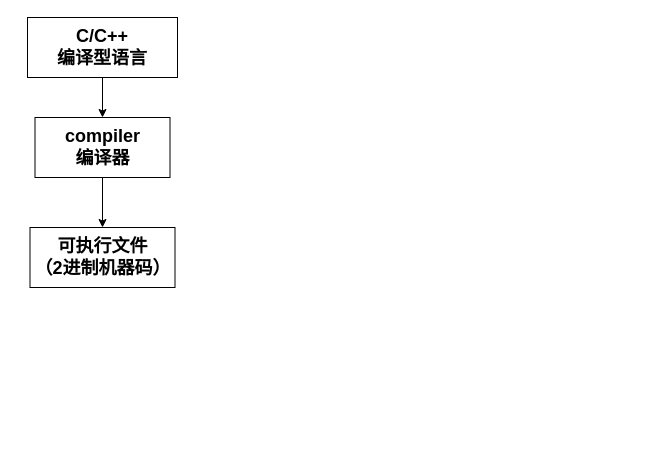
Earlier version of the draw.io diagram JVM.drawio (GitHeP/diagrams). Source tidied: cells renumbered, new cells numbered last; positions are measured from the earlier drawing's top-left corner, leaving out a move shared by most shapes. Both pictures are drawn from the tidied source at 100%, with x=0, y=0 at pixel (27, 17).
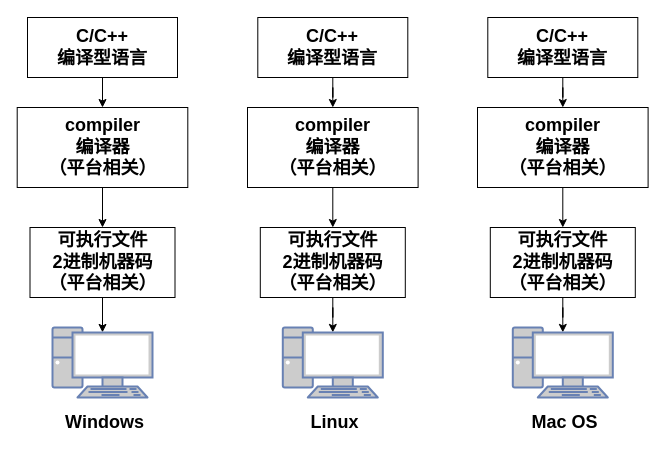
The same diagram, later.

What changed in the source:
```diff
@@
-    <mxCell id="5" value="&lt;font style=&quot;font-size: 18px;&quot;&gt;&lt;b&gt;compiler&lt;br&gt;编译器&lt;/b&gt;&lt;/font&gt;" style="rounded=0;whiteSpace=wrap;html=1;" parent="1" vertex="1">
-      <mxGeometry x="7.5" y="100" width="135" height="60" as="geometry" />
+    <mxCell id="5" value="&lt;font style=&quot;font-size: 18px;&quot;&gt;&lt;b&gt;compiler&lt;br&gt;编译器&lt;br&gt;（平台相关）&lt;br&gt;&lt;/b&gt;&lt;/font&gt;" style="rounded=0;whiteSpace=wrap;html=1;" parent="1" vertex="1">
+      <mxGeometry x="-10.3" y="90" width="170.6" height="80" as="geometry" />
     </mxCell>
+    <mxCell id="7" style="edgeStyle=orthogonalEdgeStyle;rounded=0;jettySize=auto;html=1;entryX=0.5;entryY=0.07;entryDx=0;entryDy=0;entryPerimeter=0;" parent="1" edge="1" source="6" target="8">
+      <mxGeometry relative="1" as="geometry" />
+    </mxCell>
-    <mxCell id="6" value="&lt;font style=&quot;font-size: 18px;&quot;&gt;&lt;b&gt;可执行文件&lt;br&gt;（2进制机器码）&lt;/b&gt;&lt;/font&gt;" style="rounded=0;whiteSpace=wrap;html=1;" parent="1" vertex="1">
-      <mxGeometry x="2.5" y="210" width="145" height="60" as="geometry" />
+    <mxCell id="6" value="&lt;font style=&quot;font-size: 18px;&quot;&gt;&lt;b&gt;可执行文件&lt;br&gt;&lt;/b&gt;&lt;b style=&quot;border-color: var(--border-color);&quot;&gt;2进制机器码&lt;br&gt;&lt;/b&gt;&lt;b&gt;（平台相关）&lt;br&gt;&lt;/b&gt;&lt;/font&gt;" style="rounded=0;whiteSpace=wrap;html=1;" parent="1" vertex="1">
+      <mxGeometry x="2.5" y="210" width="145" height="70" as="geometry" />
     </mxCell>
+    <mxCell id="8" style="fontColor=#0066CC;verticalAlign=top;verticalLabelPosition=bottom;labelPosition=center;align=center;html=1;outlineConnect=0;fillColor=#CCCCCC;strokeColor=#6881B3;gradientColor=none;gradientDirection=north;strokeWidth=2;shape=mxgraph.networks.pc;" parent="1" vertex="1">
+      <mxGeometry x="25" y="310" width="100" height="70" as="geometry" />
+    </mxCell>
+    <mxCell id="9" value="&lt;font style=&quot;font-size: 18px;&quot;&gt;&lt;b&gt;Windows&lt;/b&gt;&lt;/font&gt;" style="text;html=1;strokeColor=none;fillColor=none;align=center;verticalAlign=middle;whiteSpace=wrap;rounded=0;" parent="1" vertex="1">
+      <mxGeometry x="25" y="390" width="105" height="30" as="geometry" />
+    </mxCell>
+    <mxCell id="10" style="edgeStyle=orthogonalEdgeStyle;rounded=0;jettySize=auto;html=1;" parent="1" edge="1" source="11" target="13">
+      <mxGeometry relative="1" as="geometry" />
+    </mxCell>
+    <mxCell id="11" value="&lt;font style=&quot;font-size: 18px;&quot;&gt;&lt;b&gt;C/C++&lt;br style=&quot;border-color: var(--border-color);&quot;&gt;编译型语言&lt;/b&gt;&lt;/font&gt;" style="rounded=0;whiteSpace=wrap;html=1;" parent="1" vertex="1">
+      <mxGeometry x="230.3" width="150" height="60" as="geometry" />
+    </mxCell>
+    <mxCell id="12" style="edgeStyle=orthogonalEdgeStyle;rounded=0;jettySize=auto;html=1;" parent="1" edge="1" source="13" target="15">
+      <mxGeometry relative="1" as="geometry" />
+    </mxCell>
+    <mxCell id="13" value="&lt;font style=&quot;font-size: 18px;&quot;&gt;&lt;b&gt;compiler&lt;br&gt;编译器&lt;br&gt;（平台相关）&lt;br&gt;&lt;/b&gt;&lt;/font&gt;" style="rounded=0;whiteSpace=wrap;html=1;" parent="1" vertex="1">
+      <mxGeometry x="220" y="90" width="170.6" height="80" as="geometry" />
+    </mxCell>
+    <mxCell id="14" style="edgeStyle=orthogonalEdgeStyle;rounded=0;jettySize=auto;html=1;entryX=0.5;entryY=0.07;entryDx=0;entryDy=0;entryPerimeter=0;" parent="1" edge="1" source="15" target="16">
+      <mxGeometry relative="1" as="geometry" />
+    </mxCell>
+    <mxCell id="15" value="&lt;font style=&quot;font-size: 18px;&quot;&gt;&lt;b&gt;可执行文件&lt;br&gt;&lt;/b&gt;&lt;b style=&quot;border-color: var(--border-color);&quot;&gt;2进制机器码&lt;br&gt;&lt;/b&gt;&lt;b&gt;（平台相关）&lt;br&gt;&lt;/b&gt;&lt;/font&gt;" style="rounded=0;whiteSpace=wrap;html=1;" parent="1" vertex="1">
+      <mxGeometry x="232.8" y="210" width="145" height="70" as="geometry" />
+    </mxCell>
+    <mxCell id="16" style="fontColor=#0066CC;verticalAlign=top;verticalLabelPosition=bottom;labelPosition=center;align=center;html=1;outlineConnect=0;fillColor=#CCCCCC;strokeColor=#6881B3;gradientColor=none;gradientDirection=north;strokeWidth=2;shape=mxgraph.networks.pc;" parent="1" vertex="1">
+      <mxGeometry x="255.3" y="310" width="100" height="70" as="geometry" />
+    </mxCell>
+    <mxCell id="17" value="&lt;font style=&quot;font-size: 18px;&quot;&gt;&lt;b&gt;Linux&lt;/b&gt;&lt;/font&gt;" style="text;html=1;strokeColor=none;fillColor=none;align=center;verticalAlign=middle;whiteSpace=wrap;rounded=0;" parent="1" vertex="1">
+      <mxGeometry x="255.3" y="390" width="105" height="30" as="geometry" />
+    </mxCell>
+    <mxCell id="18" style="edgeStyle=orthogonalEdgeStyle;rounded=0;jettySize=auto;html=1;" parent="1" edge="1" source="19" target="21">
+      <mxGeometry relative="1" as="geometry" />
+    </mxCell>
+    <mxCell id="19" value="&lt;font style=&quot;font-size: 18px;&quot;&gt;&lt;b&gt;C/C++&lt;br style=&quot;border-color: var(--border-color);&quot;&gt;编译型语言&lt;/b&gt;&lt;/font&gt;" style="rounded=0;whiteSpace=wrap;html=1;" parent="1" vertex="1">
+      <mxGeometry x="460.3" width="150" height="60" as="geometry" />
+    </mxCell>
+    <mxCell id="20" style="edgeStyle=orthogonalEdgeStyle;rounded=0;jettySize=auto;html=1;" parent="1" edge="1" source="21" target="23">
+      <mxGeometry relative="1" as="geometry" />
+    </mxCell>
+    <mxCell id="21" value="&lt;font style=&quot;font-size: 18px;&quot;&gt;&lt;b&gt;compiler&lt;br&gt;编译器&lt;br&gt;（平台相关）&lt;br&gt;&lt;/b&gt;&lt;/font&gt;" style="rounded=0;whiteSpace=wrap;html=1;" parent="1" vertex="1">
+      <mxGeometry x="450" y="90" width="170.6" height="80" as="geometry" />
+    </mxCell>
+    <mxCell id="22" style="edgeStyle=orthogonalEdgeStyle;rounded=0;jettySize=auto;html=1;entryX=0.5;entryY=0.07;entryDx=0;entryDy=0;entryPerimeter=0;" parent="1" edge="1" source="23" target="24">
+      <mxGeometry relative="1" as="geometry" />
+    </mxCell>
+    <mxCell id="23" value="&lt;font style=&quot;font-size: 18px;&quot;&gt;&lt;b&gt;可执行文件&lt;br&gt;&lt;/b&gt;&lt;b style=&quot;border-color: var(--border-color);&quot;&gt;2进制机器码&lt;br&gt;&lt;/b&gt;&lt;b&gt;（平台相关）&lt;br&gt;&lt;/b&gt;&lt;/font&gt;" style="rounded=0;whiteSpace=wrap;html=1;" parent="1" vertex="1">
+      <mxGeometry x="462.8" y="210" width="145" height="70" as="geometry" />
+    </mxCell>
+    <mxCell id="24" style="fontColor=#0066CC;verticalAlign=top;verticalLabelPosition=bottom;labelPosition=center;align=center;html=1;outlineConnect=0;fillColor=#CCCCCC;strokeColor=#6881B3;gradientColor=none;gradientDirection=north;strokeWidth=2;shape=mxgraph.networks.pc;" parent="1" vertex="1">
+      <mxGeometry x="485.3" y="310" width="100" height="70" as="geometry" />
+    </mxCell>
+    <mxCell id="25" value="&lt;span style=&quot;font-size: 18px;&quot;&gt;&lt;b&gt;Mac OS&lt;/b&gt;&lt;/span&gt;" style="text;html=1;strokeColor=none;fillColor=none;align=center;verticalAlign=middle;whiteSpace=wrap;rounded=0;" parent="1" vertex="1">
+      <mxGeometry x="485.3" y="390" width="105" height="30" as="geometry" />
+    </mxCell>
```
